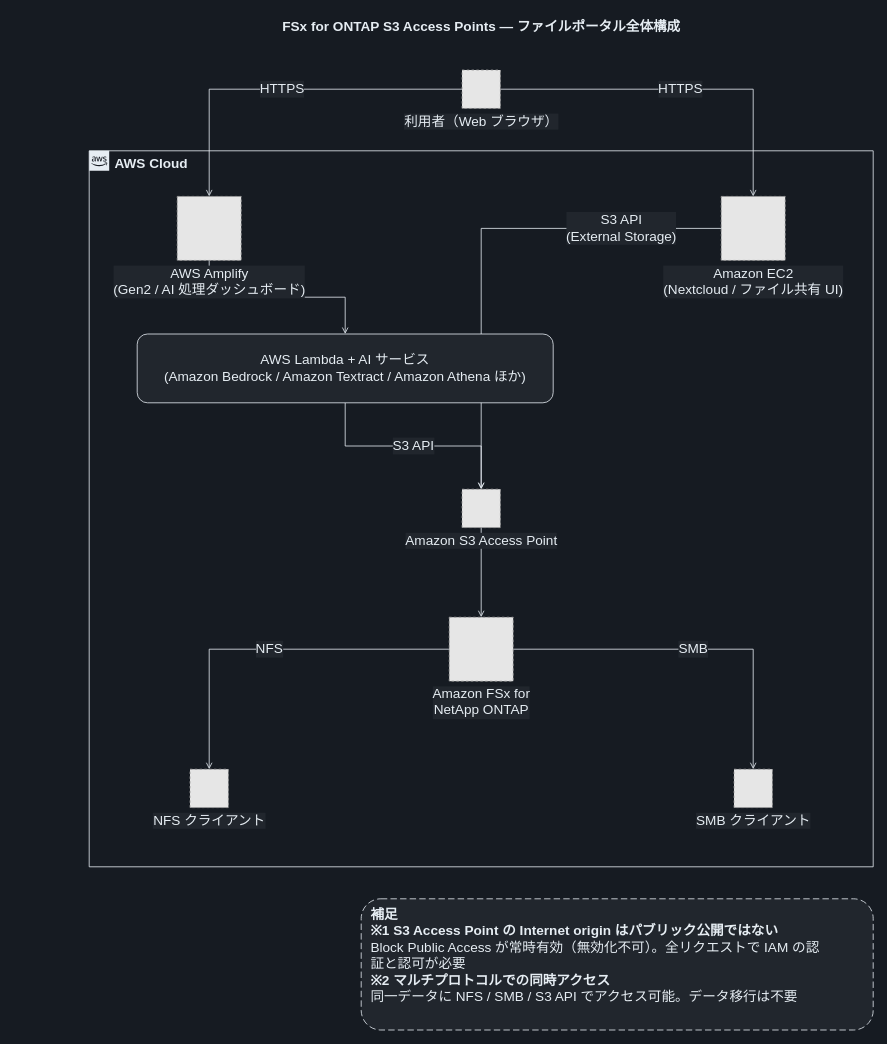
This is docs/diagrams/dark/architecture-overview.drawio from Yoshiki0705/FSx-for-ONTAP-S3AccessPoints-Serverless-Patterns, a draw.io file, before an edit. Source tidied: cells renumbered, new cells numbered last; positions are measured from the earlier drawing's top-left corner, leaving out a move shared by most shapes. Both pictures are drawn from the tidied source at 80%, with x=0, y=0 at pixel (89, 14). Pictures stored in the file or linked from it are replaced by grey dashed boxes.
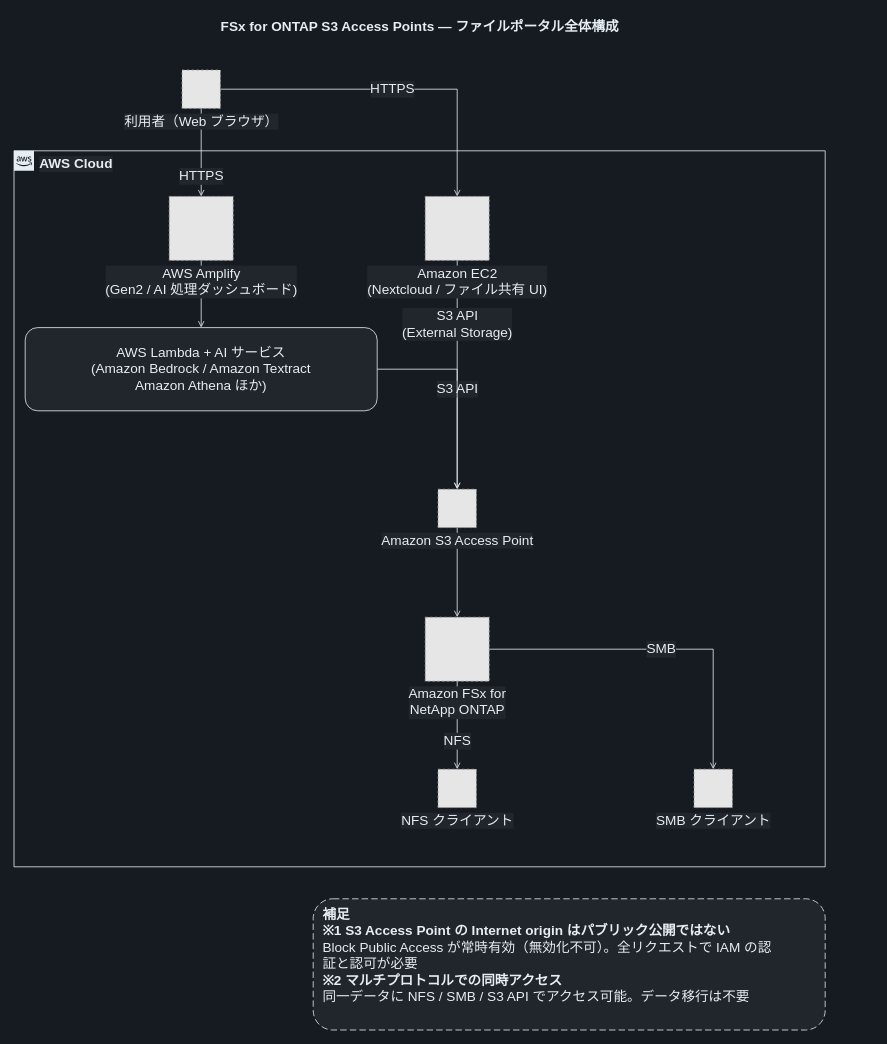
After the change.

The edit, as a diff of the source:
```diff
@@
     <mxCell id="2" value="FSx for ONTAP S3 Access Points — ファイルポータル全体構成" style="text;html=1;align=center;verticalAlign=middle;fontSize=17;fontStyle=1;fontColor=#E6EDF3;" parent="1" vertex="1">
-      <mxGeometry width="980" height="34" as="geometry" />
+      <mxGeometry x="-94" width="1014" height="34" as="geometry" />
     </mxCell>
-    <mxCell id="3" value="AWS Cloud" style="gradientColor=none;html=1;whiteSpace=wrap;fontSize=17;fontStyle=1;shape=mxgraph.aws4.group;grIcon=mxgraph.aws4.group_aws_cloud_alt;strokeColor=#E6EDF3;fillColor=none;verticalAlign=top;align=left;spacingLeft=30;fontColor=#E6EDF3;dashed=0;" parent="1" vertex="1">
-      <mxGeometry y="171" width="980" height="895" as="geometry" />
-    </mxCell>
     <mxCell id="4" value="HTTPS" style="edgeStyle=orthogonalEdgeStyle;rounded=0;jettySize=auto;html=1;endArrow=open;endFill=0;strokeColor=#E6EDF3;strokeWidth=1;fontSize=17;fontColor=#E6EDF3;labelBackgroundColor=#21262D;" parent="1" edge="1" source="12" target="13">
-      <mxGeometry relative="1" as="geometry" />
+      <mxGeometry relative="1" as="geometry">
+        <mxPoint y="30" as="offset" />
+      </mxGeometry>
     </mxCell>
@@
     <mxCell id="8" value="S3 API&lt;br&gt;(External Storage)" style="edgeStyle=orthogonalEdgeStyle;rounded=0;jettySize=auto;html=1;endArrow=open;endFill=0;strokeColor=#E6EDF3;strokeWidth=1;fontSize=17;fontColor=#E6EDF3;labelBackgroundColor=#21262D;" parent="1" edge="1" source="14" target="16">
-      <mxGeometry x="-0.6" relative="1" as="geometry" />
+      <mxGeometry x="-0.5" relative="1" as="geometry">
+        <mxPoint y="8" as="offset" />
+      </mxGeometry>
     </mxCell>
@@
     <mxCell id="10" value="NFS" style="edgeStyle=orthogonalEdgeStyle;rounded=0;jettySize=auto;html=1;endArrow=open;endFill=0;strokeColor=#E6EDF3;strokeWidth=1;fontSize=17;fontColor=#E6EDF3;labelBackgroundColor=#21262D;" parent="1" edge="1" source="17" target="18">
-      <mxGeometry relative="1" as="geometry" />
+      <mxGeometry relative="1" as="geometry">
+        <mxPoint y="20" as="offset" />
+      </mxGeometry>
     </mxCell>
@@
+    <mxCell id="3" value="AWS Cloud" style="gradientColor=none;html=1;whiteSpace=wrap;fontSize=17;fontStyle=1;shape=mxgraph.aws4.group;grIcon=mxgraph.aws4.group_aws_cloud_alt;strokeColor=#E6EDF3;fillColor=none;verticalAlign=top;align=left;spacingLeft=30;fontColor=#E6EDF3;dashed=0;labelBackgroundColor=#21262D;" parent="1" vertex="1">
+      <mxGeometry x="-94" y="171" width="1014" height="895" as="geometry" />
+    </mxCell>
     <mxCell id="12" value="利用者（Web ブラウザ）" style="fillColor=#E6E6E6;strokeColor=#999999;dashed=1;html=1;verticalLabelPosition=bottom;verticalAlign=top;labelPosition=center;align=center;fontSize=17;fontColor=#E6EDF3;labelBackgroundColor=#21262D;" parent="1" vertex="1">
-      <mxGeometry x="466" y="70" width="48" height="48" as="geometry" />
+      <mxGeometry x="116" y="70" width="48" height="48" as="geometry" />
     </mxCell>
     <mxCell id="13" value="AWS Amplify&lt;br&gt;(Gen2 / AI 処理ダッシュボード)" style="fillColor=#E6E6E6;strokeColor=#999999;dashed=1;html=1;verticalLabelPosition=bottom;verticalAlign=top;labelPosition=center;align=center;fontSize=17;fontColor=#E6EDF3;labelBackgroundColor=#21262D;" parent="1" vertex="1">
-      <mxGeometry x="110" y="228" width="80" height="80" as="geometry" />
+      <mxGeometry x="100" y="228" width="80" height="80" as="geometry" />
     </mxCell>
     <mxCell id="14" value="Amazon EC2&lt;br&gt;(Nextcloud / ファイル共有 UI)" style="fillColor=#E6E6E6;strokeColor=#999999;dashed=1;html=1;verticalLabelPosition=bottom;verticalAlign=top;labelPosition=center;align=center;fontSize=17;fontColor=#E6EDF3;labelBackgroundColor=#21262D;" parent="1" vertex="1">
-      <mxGeometry x="790" y="228" width="80" height="80" as="geometry" />
+      <mxGeometry x="420" y="228" width="80" height="80" as="geometry" />
     </mxCell>
-    <mxCell id="15" value="AWS Lambda + AI サービス&lt;br&gt;(Amazon Bedrock / Amazon Textract / Amazon Athena ほか)" style="rounded=1;whiteSpace=wrap;html=1;dashed=0;strokeColor=#E6EDF3;fillColor=#21262D;align=center;verticalAlign=middle;fontSize=17;fontColor=#E6EDF3;" parent="1" vertex="1">
-      <mxGeometry x="60" y="400" width="520" height="86" as="geometry" />
+    <mxCell id="15" value="AWS Lambda + AI サービス&lt;br&gt;(Amazon Bedrock / Amazon Textract&lt;br&gt;Amazon Athena ほか)" style="rounded=1;whiteSpace=wrap;html=1;dashed=0;strokeColor=#E6EDF3;fillColor=#21262D;align=center;verticalAlign=middle;fontSize=17;fontColor=#E6EDF3;" parent="1" vertex="1">
+      <mxGeometry x="-80" y="392" width="440" height="104" as="geometry" />
     </mxCell>
     <mxCell id="16" value="Amazon S3 Access Point" style="fillColor=#E6E6E6;strokeColor=#999999;dashed=1;html=1;verticalLabelPosition=bottom;verticalAlign=top;labelPosition=center;align=center;fontSize=17;fontColor=#E6EDF3;labelBackgroundColor=#21262D;" parent="1" vertex="1">
-      <mxGeometry x="466" y="594" width="48" height="48" as="geometry" />
+      <mxGeometry x="436" y="594" width="48" height="48" as="geometry" />
     </mxCell>
     <mxCell id="17" value="Amazon FSx for&lt;br&gt;NetApp ONTAP" style="fillColor=#E6E6E6;strokeColor=#999999;dashed=1;html=1;verticalLabelPosition=bottom;verticalAlign=top;labelPosition=center;align=center;fontSize=17;fontColor=#E6EDF3;labelBackgroundColor=#21262D;" parent="1" vertex="1">
-      <mxGeometry x="450" y="754" width="80" height="80" as="geometry" />
+      <mxGeometry x="420" y="754" width="80" height="80" as="geometry" />
     </mxCell>
     <mxCell id="18" value="NFS クライアント" style="fillColor=#E6E6E6;strokeColor=#999999;dashed=1;html=1;verticalLabelPosition=bottom;verticalAlign=top;labelPosition=center;align=center;fontSize=17;fontColor=#E6EDF3;labelBackgroundColor=#21262D;" parent="1" vertex="1">
-      <mxGeometry x="126" y="944" width="48" height="48" as="geometry" />
+      <mxGeometry x="436" y="944" width="48" height="48" as="geometry" />
     </mxCell>
     <mxCell id="19" value="SMB クライアント" style="fillColor=#E6E6E6;strokeColor=#999999;dashed=1;html=1;verticalLabelPosition=bottom;verticalAlign=top;labelPosition=center;align=center;fontSize=17;fontColor=#E6EDF3;labelBackgroundColor=#21262D;" parent="1" vertex="1">
-      <mxGeometry x="806" y="944" width="48" height="48" as="geometry" />
+      <mxGeometry x="756" y="944" width="48" height="48" as="geometry" />
     </mxCell>
     <mxCell id="20" value="&lt;b&gt;補足&lt;/b&gt;&lt;br&gt;&lt;b&gt;※1 S3 Access Point の Internet origin はパブリック公開ではない&lt;/b&gt;&lt;br&gt;Block Public Access が常時有効（無効化不可）。全リクエストで IAM の認&lt;br&gt;証と認可が必要&lt;br&gt;&lt;b&gt;※2 マルチプロトコルでの同時アクセス&lt;/b&gt;&lt;br&gt;同一データに NFS / SMB / S3 API でアクセス可能。データ移行は不要" style="rounded=1;whiteSpace=wrap;html=1;dashed=1;dashPattern=8 4;strokeColor=#E6EDF3;fillColor=#21262D;align=left;verticalAlign=top;spacingLeft=10;spacingTop=4;fontSize=17;fontColor=#E6EDF3;" parent="1" vertex="1">
-      <mxGeometry x="340" y="1106" width="640" height="164" as="geometry" />
+      <mxGeometry x="280" y="1106" width="640" height="164" as="geometry" />
     </mxCell>
```
